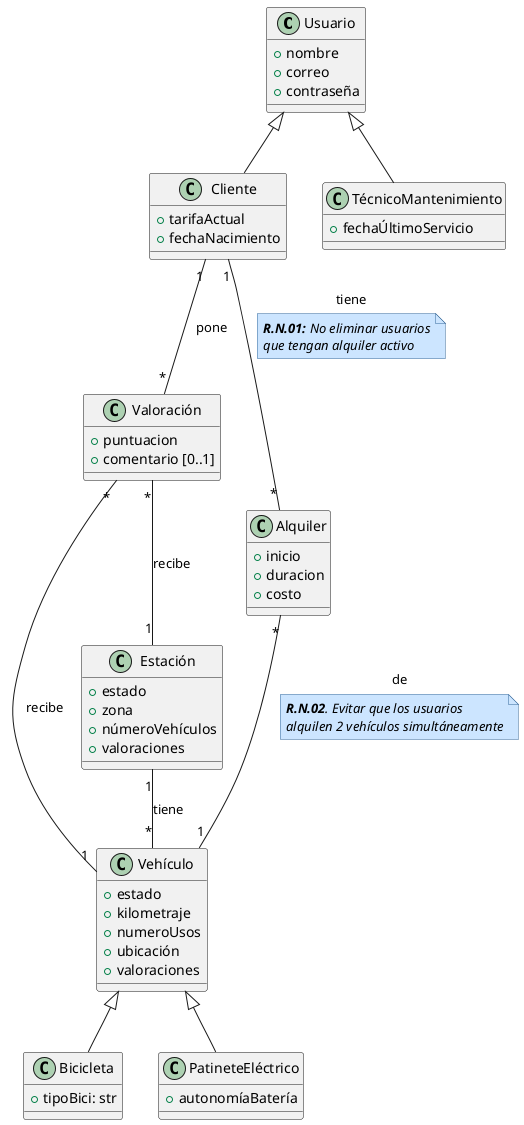
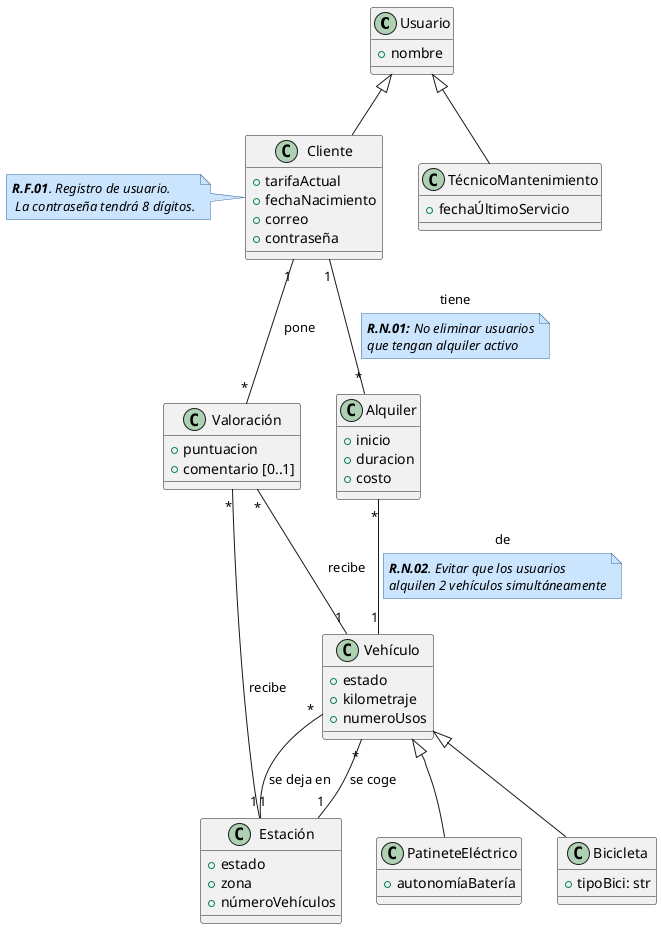
@startuml DiagramaClases

skinparam note {
  BackgroundColor #cce5ff
  BorderColor #336699
  FontStyle italic
}

class Usuario {
    +nombre
-     +correo
-     +contraseña
}

class Cliente {
    +tarifaActual
    +fechaNacimiento
+     +correo
+     +contraseña
}
+ note left:**R.F.01**. Registro de usuario. \n La contraseña tendrá 8 dígitos.

class TécnicoMantenimiento {
    +fechaÚltimoServicio
}

class Valoración {
    +puntuacion
    +comentario [0..1]
}

class Alquiler {
    +inicio
    +duracion
    +costo
}

class Vehículo {
    +estado
    +kilometraje
    +numeroUsos
-     +ubicación
-     +valoraciones
}

class Estación {
    +estado
    +zona
    +númeroVehículos
-     +valoraciones
}

class Bicicleta {
    +tipoBici: str
}

class PatineteEléctrico {
    +autonomíaBatería
}

Usuario <|-- Cliente
Usuario <|-- TécnicoMantenimiento

'Relación directa valoraciones'
Cliente "1"--"*" Valoración : pone
Valoración "*"--"1" Vehículo : recibe
Valoración "*"--"1" Estación : recibe

- Estación"1" -- "*"Vehículo : tiene
+ Estación"1" -- "*"Vehículo : se coge
+ Vehículo"*" -- "1"Estación :se deja en

'Relacion de Alquileres'
Cliente "1"--"*"  Alquiler: tiene
'Requisitos seguidos de relacion a linkear'
note on link
  **R.N.01:** No eliminar usuarios
  que tengan alquiler activo
end note

Alquiler "*"--"1" Vehículo: de
note on link
    **R.N.02**. Evitar que los usuarios
    alquilen 2 vehículos simultáneamente
end note

Vehículo <|-- Bicicleta
Vehículo <|-- PatineteEléctrico

+ 
@enduml